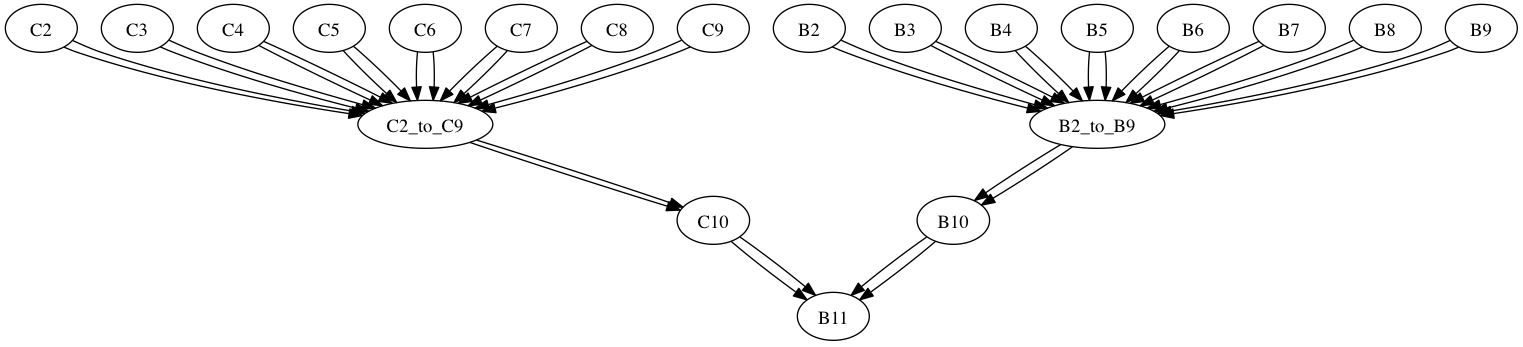
plasma-umass/DataDebug keeps this Graphviz diagram as PLDI-2012/images/ex1_dataflow.png. Above is the earlier version. Its source is kept beside it as PLDI-2012/images/ex1_dataflow.gv.
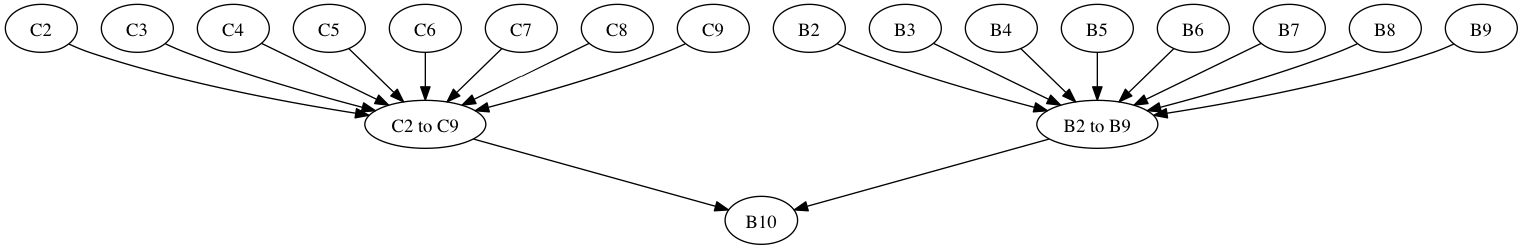
After the change.

Diff of the diagram source:
```diff
@@ -1,4 +1,8 @@
 digraph g{
+B2[shape = ellipse]
+
+C2[shape = ellipse]
+
 B3[shape = ellipse]
 
 C3[shape = ellipse]
@@ -27,37 +31,29 @@
 
 C9[shape = ellipse]
 
+B2_to_B9->B10
+
+C2_to_C9->B10
+
 B10[shape = ellipse]
 
-C10[shape = ellipse]
+C2_to_C9[label="C2 to C9", shape = ellipse]
+C2->C2_to_C9
+C3->C2_to_C9
+C4->C2_to_C9
+C5->C2_to_C9
+C6->C2_to_C9
+C7->C2_to_C9
+C8->C2_to_C9
+C9->C2_to_C9
 
-B11[shape = ellipse]
-B3_to_B10->B11
-
-C11[shape = ellipse]
-C3_to_C10->C11
-
-B12[shape = ellipse]
-B11->B12
-C11->B12
-
-C3_to_C10[shape = ellipse]
-C3->C3_to_C10
-C4->C3_to_C10
-C5->C3_to_C10
-C6->C3_to_C10
-C7->C3_to_C10
-C8->C3_to_C10
-C9->C3_to_C10
-C10->C3_to_C10
-
-B3_to_B10[shape = ellipse]
-B3->B3_to_B10
-B4->B3_to_B10
-B5->B3_to_B10
-B6->B3_to_B10
-B7->B3_to_B10
-B8->B3_to_B10
-B9->B3_to_B10
-B10->B3_to_B10
+B2_to_B9[label="B2 to B9", shape = ellipse]
+B2->B2_to_B9
+B3->B2_to_B9
+B4->B2_to_B9
+B5->B2_to_B9
+B6->B2_to_B9
+B7->B2_to_B9
+B8->B2_to_B9
+B9->B2_to_B9
 }
```
